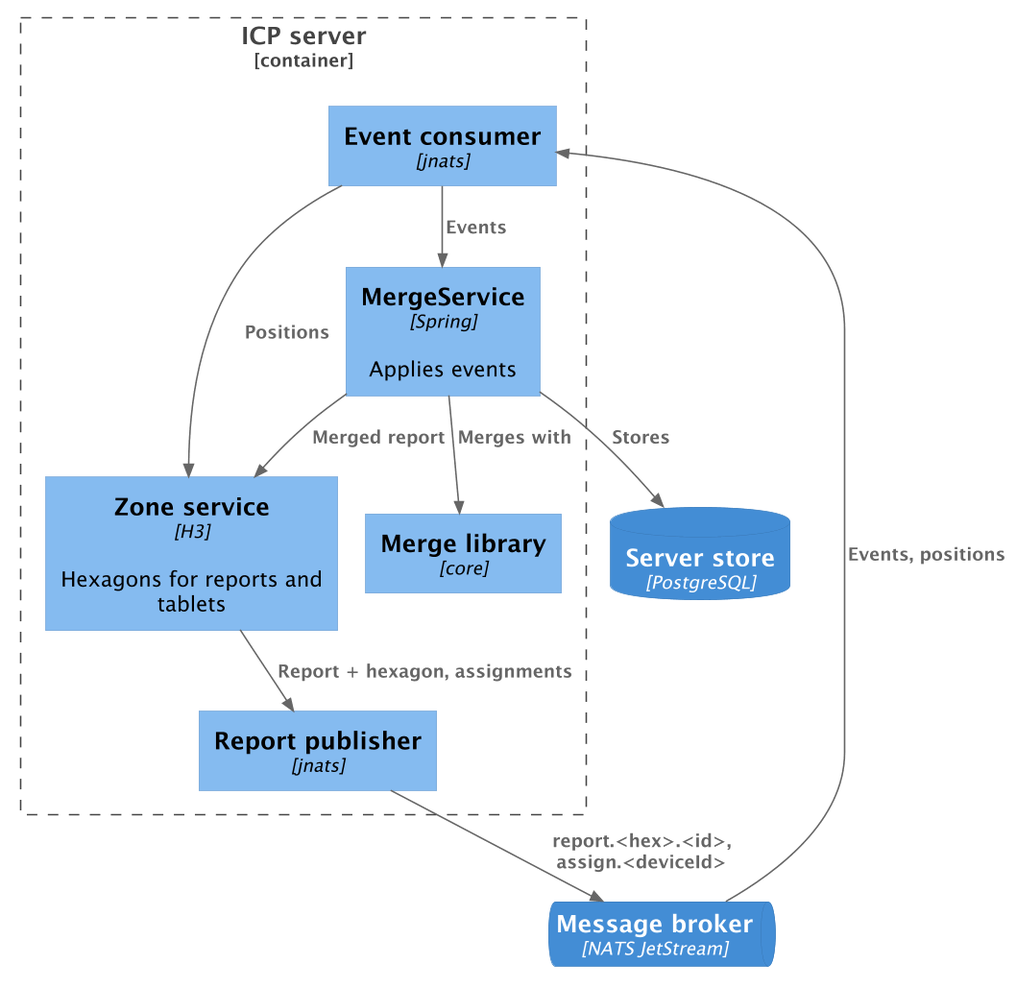
This is report/figures/c4-component-server.png from MihaiCiorascu/SWA-Firefly, a PlantUML export, as it was before one commit.
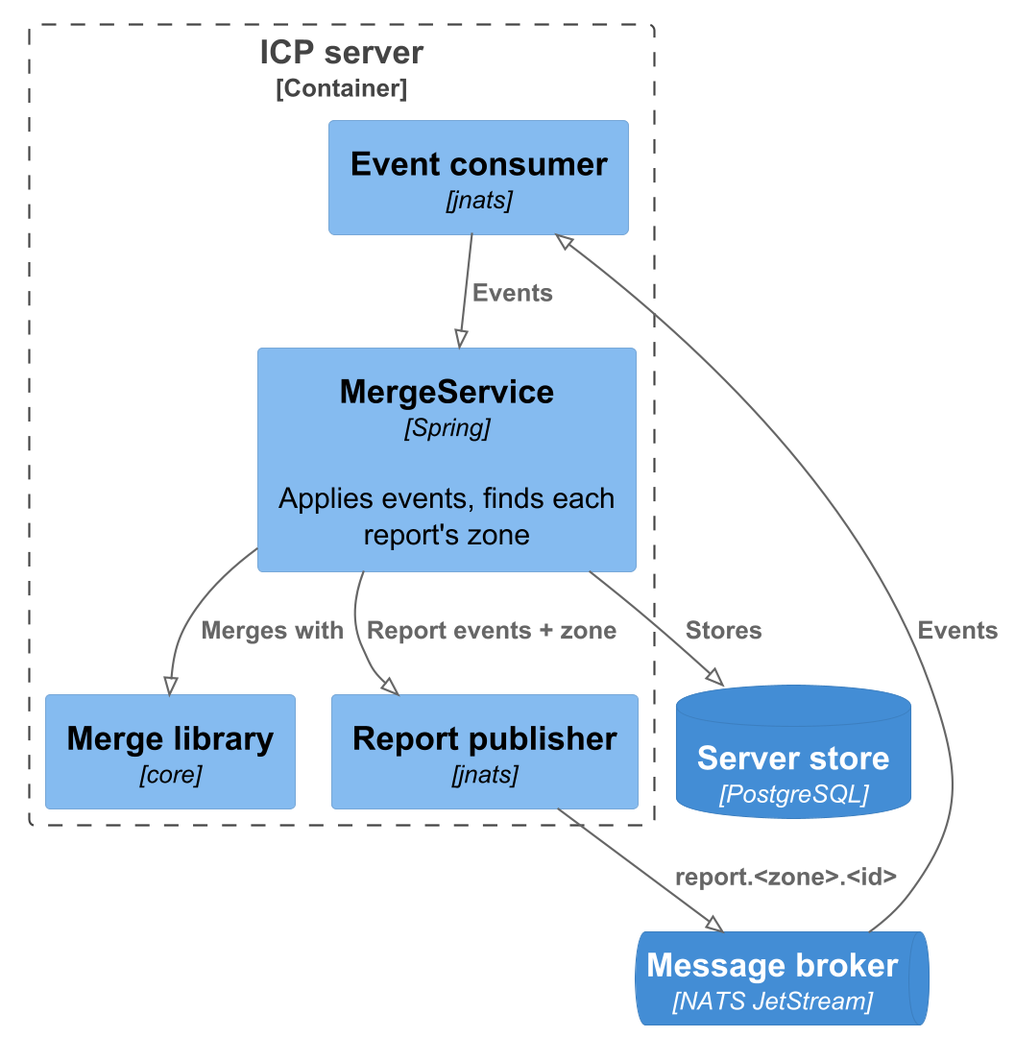
After the commit.

Commit message:
Added ADR4 Small changes in report Updating the schemas

Diff of the diagram source:
```diff
@@ -1,30 +1,25 @@
-@startuml c4-component-server
+@startuml
+skinparamlocked dpi 207
 !pragma layout smetana
 !include <C4/C4_Component>
-skinparam dpi 150
-
-LAYOUT_TOP_DOWN()
 HIDE_STEREOTYPE()
-
-ContainerQueue(nats, "Message broker", "NATS JetStream")
 
 Container_Boundary(server, "ICP server") {
     Component(consumer, "Event consumer", "jnats")
-    Component(mergeService, "MergeService", "Spring", "Applies events")
-    Component(merge, "Merge library", "core")
-    Component(zones, "Zone service", "H3", "Hexagons for reports and tablets")
+    Component(merge, "MergeService", "Spring", "Applies events, finds each report's zone")
+    Component(library, "Merge library", "core")
     Component(publisher, "Report publisher", "jnats")
 }
+ContainerDb(store, "Server store", "PostgreSQL")
+ContainerQueue(broker, "Message broker", "NATS JetStream")
 
-ContainerDb(db, "Server store", "PostgreSQL")
+Rel(broker, consumer, "Events")
+Rel(consumer, merge, "Events")
+Rel(merge, library, "Merges with")
+Rel(merge, store, "Stores")
+Rel(merge, publisher, "Report events + zone")
+Rel(publisher, broker, "report.<zone>.<id>")
 
-Rel(nats, consumer, "Events, positions")
-Rel(consumer, mergeService, "Events")
-Rel(consumer, zones, "Positions")
-Rel(mergeService, merge, "Merges with")
-Rel(mergeService, db, "Stores")
-Rel(mergeService, zones, "Merged report")
-Rel(zones, publisher, "Report + hexagon, assignments")
-Rel(publisher, nats, "report.<hex>.<id>, assign.<deviceId>")
-
+Lay_R(merge, store)
+Lay_D(merge, publisher)
 @enduml
```
